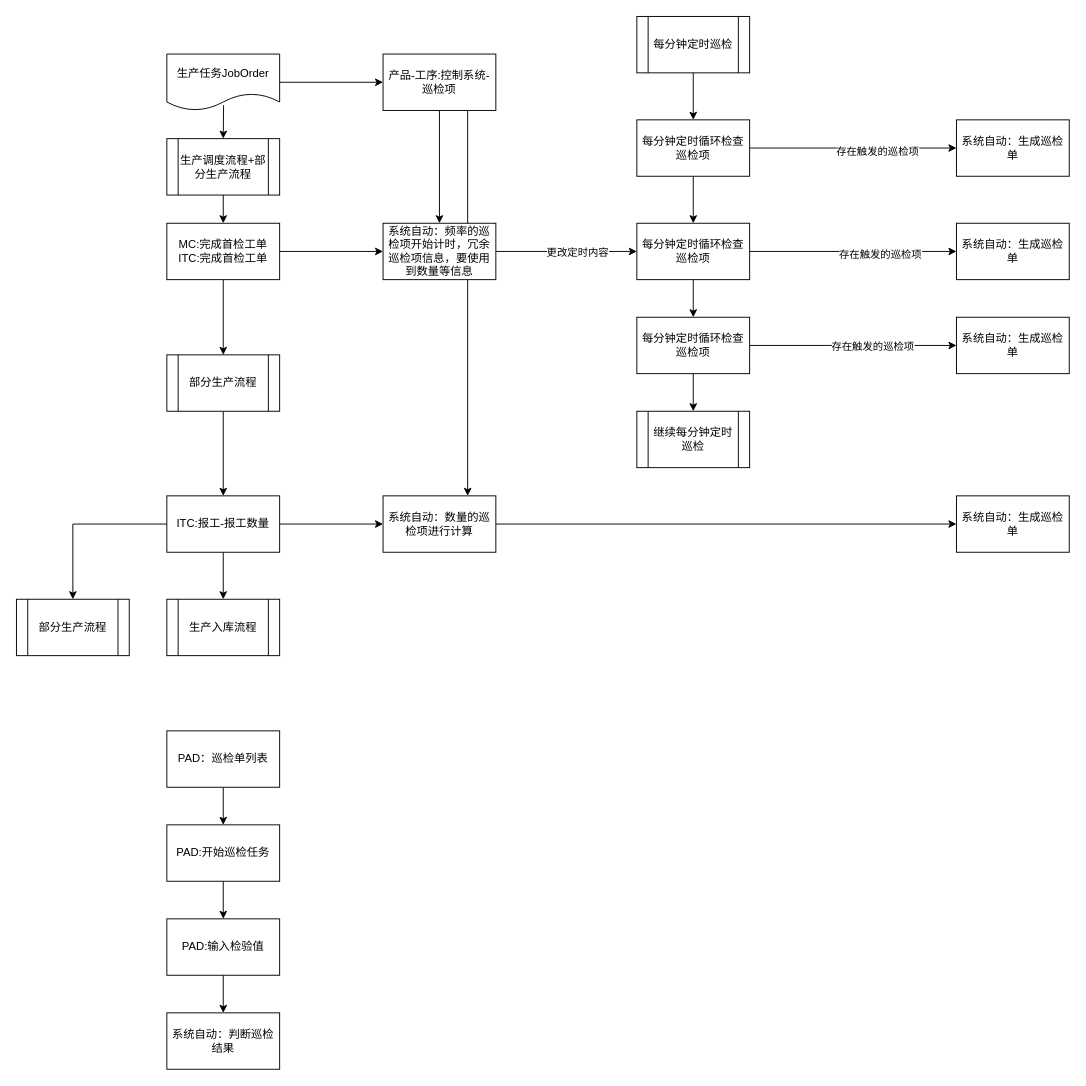
The draw.io diagram page "巡检" (2 of 3) of 首检流程.drawio in sstlin/os-shell, before the edit. Source tidied: cells renumbered, new cells numbered last; positions are measured from the earlier drawing's top-left corner, leaving out a move shared by most shapes. Both pictures are drawn from the tidied source at 94%, with x=0, y=0 at pixel (16, 16).
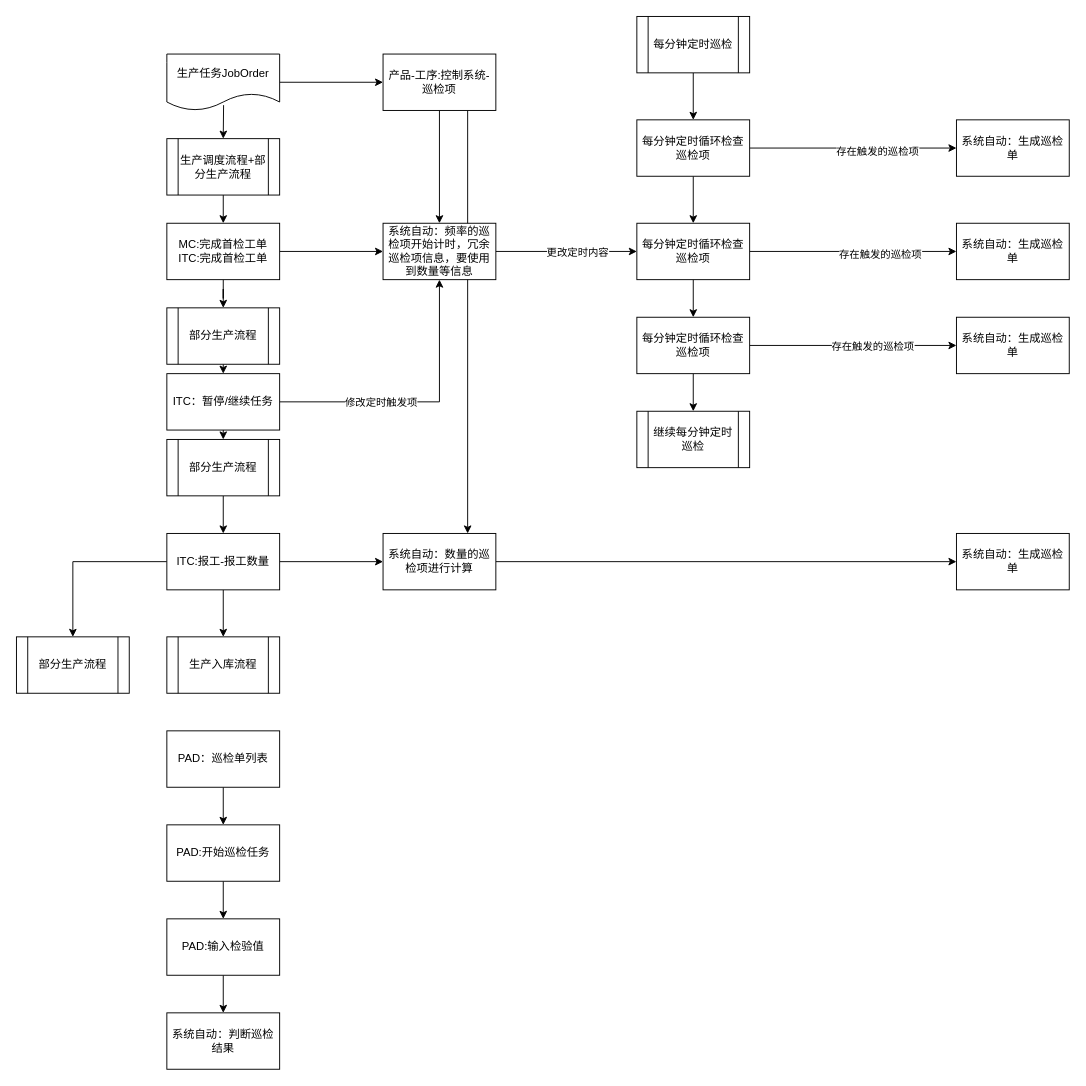
The same page after the edit.

Unchanged cells that the change refers to:
```xml
<mxCell id="16" value="系统自动：频率的巡检项开始计时，冗余巡检项信息，要使用到数量等信息" style="rounded=0;whiteSpace=wrap;html=1;" parent="1" vertex="1">
  <mxGeometry x="390" y="220" width="120" height="60" as="geometry" />
</mxCell>
```

What changed in the source:
```diff
@@
-    <mxCell id="7" style="edgeStyle=orthogonalEdgeStyle;rounded=0;jettySize=auto;html=1;exitX=0.5;exitY=1;exitDx=0;exitDy=0;entryX=0.5;entryY=0;entryDx=0;entryDy=0;" parent="1" edge="1" source="8" target="39">
-      <mxGeometry relative="1" as="geometry" />
-    </mxCell>
+    <mxCell id="52" style="edgeStyle=orthogonalEdgeStyle;rounded=0;jettySize=auto;html=1;exitX=0.5;exitY=1;exitDx=0;exitDy=0;entryX=0.5;entryY=0;entryDx=0;entryDy=0;" parent="1" edge="1" source="8" target="58">
+      <mxGeometry relative="1" as="geometry" />
+    </mxCell>
     <mxCell id="8" value="部分生产流程" style="shape=process;whiteSpace=wrap;html=1;backgroundOutline=1;" parent="1" vertex="1">
-      <mxGeometry x="160" y="360" width="120" height="60" as="geometry" />
+      <mxGeometry x="160" y="310" width="120" height="60" as="geometry" />
     </mxCell>
@@
     <mxCell id="39" value="ITC:报工-报工数量" style="rounded=0;whiteSpace=wrap;html=1;" parent="1" vertex="1">
-      <mxGeometry x="160" y="510" width="120" height="60" as="geometry" />
+      <mxGeometry x="160" y="550" width="120" height="60" as="geometry" />
     </mxCell>
@@
     <mxCell id="41" value="系统自动：数量的巡检项进行计算" style="rounded=0;whiteSpace=wrap;html=1;" parent="1" vertex="1">
-      <mxGeometry x="390" y="510" width="120" height="60" as="geometry" />
+      <mxGeometry x="390" y="550" width="120" height="60" as="geometry" />
     </mxCell>
     <mxCell id="42" value="系统自动：生成巡检单" style="rounded=0;whiteSpace=wrap;html=1;" parent="1" vertex="1">
-      <mxGeometry x="1000" y="510" width="120" height="60" as="geometry" />
+      <mxGeometry x="1000" y="550" width="120" height="60" as="geometry" />
     </mxCell>
     <mxCell id="43" value="部分生产流程" style="shape=process;whiteSpace=wrap;html=1;backgroundOutline=1;" parent="1" vertex="1">
-      <mxGeometry y="620" width="120" height="60" as="geometry" />
+      <mxGeometry y="660" width="120" height="60" as="geometry" />
     </mxCell>
     <mxCell id="44" value="生产入库流程" style="shape=process;whiteSpace=wrap;html=1;backgroundOutline=1;" parent="1" vertex="1">
-      <mxGeometry x="160" y="620" width="120" height="60" as="geometry" />
+      <mxGeometry x="160" y="660" width="120" height="60" as="geometry" />
     </mxCell>
@@
+    <mxCell id="53" style="edgeStyle=orthogonalEdgeStyle;rounded=0;jettySize=auto;html=1;exitX=0.5;exitY=1;exitDx=0;exitDy=0;entryX=0.5;entryY=0;entryDx=0;entryDy=0;" parent="1" edge="1" source="54" target="39">
+      <mxGeometry relative="1" as="geometry" />
+    </mxCell>
+    <mxCell id="54" value="部分生产流程" style="shape=process;whiteSpace=wrap;html=1;backgroundOutline=1;" parent="1" vertex="1">
+      <mxGeometry x="160" y="450" width="120" height="60" as="geometry" />
+    </mxCell>
+    <mxCell id="55" style="edgeStyle=orthogonalEdgeStyle;rounded=0;jettySize=auto;html=1;exitX=0.5;exitY=1;exitDx=0;exitDy=0;entryX=0.5;entryY=0;entryDx=0;entryDy=0;" parent="1" edge="1" source="58" target="54">
+      <mxGeometry relative="1" as="geometry" />
+    </mxCell>
+    <mxCell id="56" style="edgeStyle=orthogonalEdgeStyle;rounded=0;jettySize=auto;html=1;exitX=1;exitY=0.5;exitDx=0;exitDy=0;entryX=0.5;entryY=1;entryDx=0;entryDy=0;" parent="1" edge="1" source="58" target="16">
+      <mxGeometry relative="1" as="geometry" />
+    </mxCell>
+    <mxCell id="57" value="修改定时触发项" style="edgeLabel;html=1;align=center;verticalAlign=middle;" parent="56" vertex="1">
+      <mxGeometry x="-0.29" relative="1" as="geometry" />
+    </mxCell>
+    <mxCell id="58" value="ITC：暂停/继续任务" style="rounded=0;whiteSpace=wrap;html=1;" parent="1" vertex="1">
+      <mxGeometry x="160" y="380" width="120" height="60" as="geometry" />
+    </mxCell>
```
